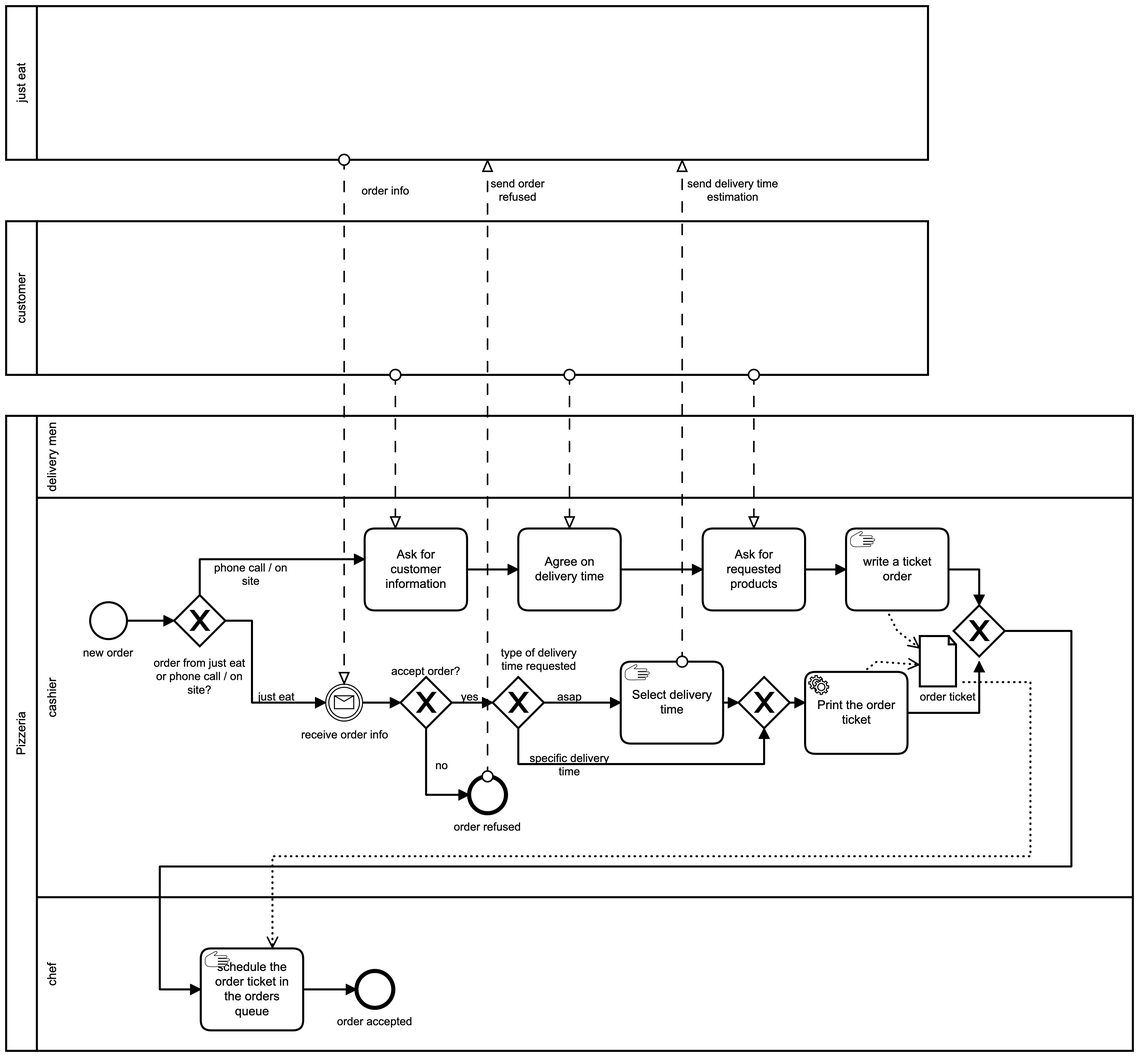
Above: images/BPMN_ASIS_GetNewOrder.png in MattiaRiola/is-pizzeria-project (BPMN), before the change. Its source is kept beside it as camunda_files/BPMN_ASIS_GetNewOrder.bpmn. Ids are renumbered.
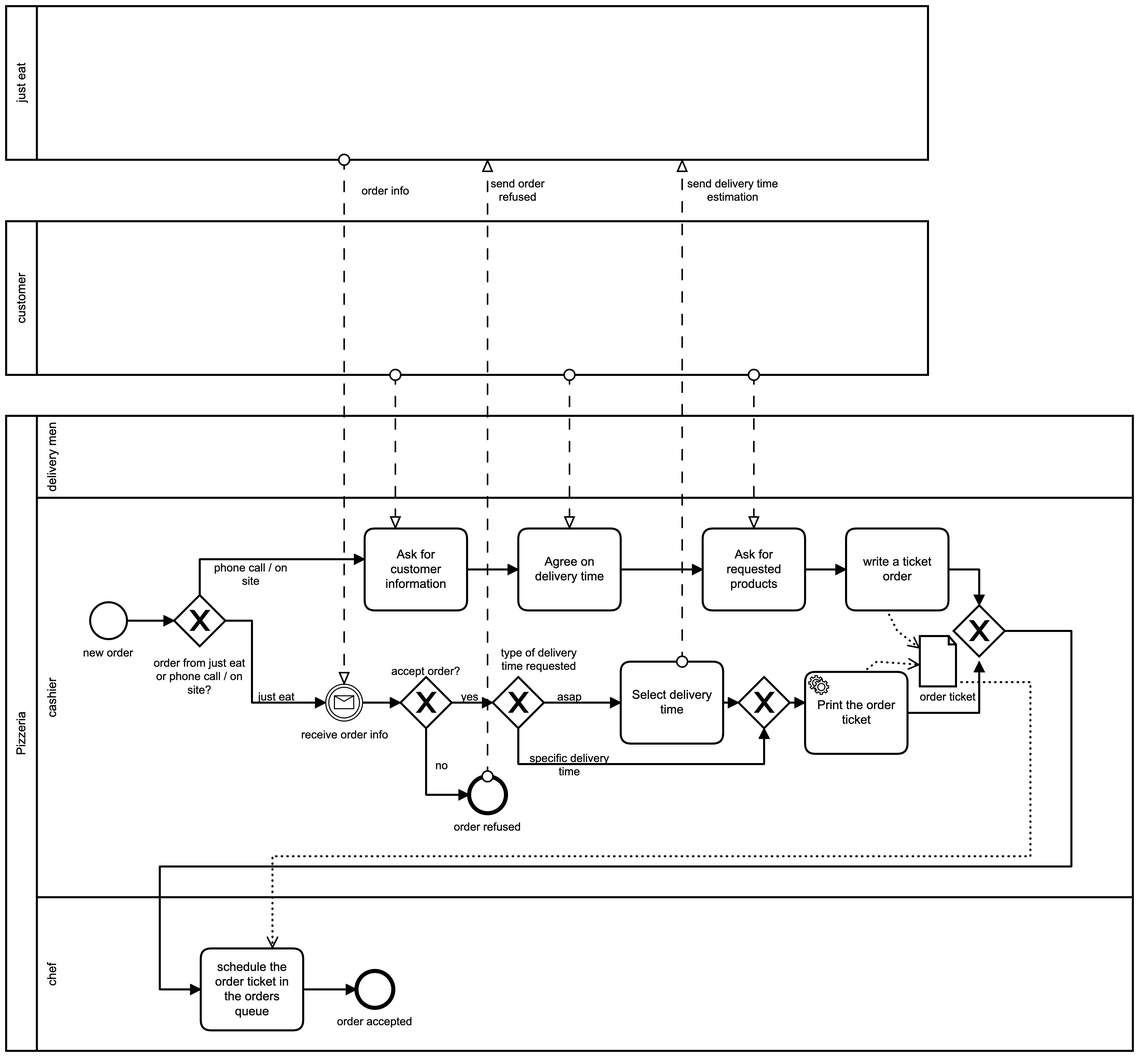
The same diagram one commit later.

Commit message:
docs: asis fix bpmn

Diff of the diagram source:
```diff
@@ -18,7 +18,6 @@
         <bpmn:flowNodeRef>Gateway_n25</bpmn:flowNodeRef>
         <bpmn:flowNodeRef>Gateway_n26</bpmn:flowNodeRef>
         <bpmn:flowNodeRef>Activity_n10</bpmn:flowNodeRef>
-        <bpmn:flowNodeRef>Activity_n27</bpmn:flowNodeRef>
         <bpmn:flowNodeRef>Activity_n12</bpmn:flowNodeRef>
         <bpmn:flowNodeRef>Activity_n16</bpmn:flowNodeRef>
         <bpmn:flowNodeRef>Event_n14</bpmn:flowNodeRef>
@@ -28,10 +27,11 @@
         <bpmn:flowNodeRef>Activity_n30</bpmn:flowNodeRef>
         <bpmn:flowNodeRef>Gateway_n31</bpmn:flowNodeRef>
         <bpmn:flowNodeRef>Activity_n18</bpmn:flowNodeRef>
+        <bpmn:flowNodeRef>Activity_n27</bpmn:flowNodeRef>
       </bpmn:lane>
       <bpmn:lane id="Lane_n32" name="chef">
+        <bpmn:flowNodeRef>Event_n34</bpmn:flowNodeRef>
         <bpmn:flowNodeRef>Activity_n33</bpmn:flowNodeRef>
-        <bpmn:flowNodeRef>Event_n34</bpmn:flowNodeRef>
       </bpmn:lane>
     </bpmn:laneSet>
     <bpmn:startEvent id="Event_n24" name="new order">
@@ -42,15 +42,6 @@
       <bpmn:outgoing>Flow_n36</bpmn:outgoing>
       <bpmn:outgoing>Flow_n37</bpmn:outgoing>
     </bpmn:exclusiveGateway>
-    <bpmn:manualTask id="Activity_n33" name="schedule the order ticket in the orders queue">
-      <bpmn:incoming>Flow_n38</bpmn:incoming>
-      <bpmn:outgoing>Flow_n39</bpmn:outgoing>
-      <bpmn:property id="Property_n40" name="__targetRef_placeholder" />
-      <bpmn:dataInputAssociation id="DataInputAssociation_n41">
-        <bpmn:sourceRef>DataObjectReference_n42</bpmn:sourceRef>
-        <bpmn:targetRef>Property_n40</bpmn:targetRef>
-      </bpmn:dataInputAssociation>
-    </bpmn:manualTask>
     <bpmn:endEvent id="Event_n34" name="order accepted">
       <bpmn:incoming>Flow_n39</bpmn:incoming>
     </bpmn:endEvent>
@@ -63,13 +54,6 @@
       <bpmn:incoming>Flow_n36</bpmn:incoming>
       <bpmn:outgoing>Flow_n45</bpmn:outgoing>
     </bpmn:task>
-    <bpmn:manualTask id="Activity_n27" name="write a ticket order">
-      <bpmn:incoming>Flow_n46</bpmn:incoming>
-      <bpmn:outgoing>Flow_n44</bpmn:outgoing>
-      <bpmn:dataOutputAssociation id="DataOutputAssociation_n47">
-        <bpmn:targetRef>DataObjectReference_n42</bpmn:targetRef>
-      </bpmn:dataOutputAssociation>
-    </bpmn:manualTask>
     <bpmn:task id="Activity_n12" name="Ask for requested products">
       <bpmn:incoming>Flow_n48</bpmn:incoming>
       <bpmn:outgoing>Flow_n46</bpmn:outgoing>
@@ -110,10 +94,6 @@
       <bpmn:incoming>Flow_n54</bpmn:incoming>
       <bpmn:outgoing>Flow_n56</bpmn:outgoing>
     </bpmn:exclusiveGateway>
-    <bpmn:manualTask id="Activity_n18" name="Select delivery time">
-      <bpmn:incoming>Flow_n53</bpmn:incoming>
-      <bpmn:outgoing>Flow_n58</bpmn:outgoing>
-    </bpmn:manualTask>
     <bpmn:sequenceFlow id="Flow_n35" sourceRef="Event_n24" targetRef="Gateway_n25" />
     <bpmn:sequenceFlow id="Flow_n36" name="phone call / on site" sourceRef="Gateway_n25" targetRef="Activity_n10" />
     <bpmn:sequenceFlow id="Flow_n37" name="just eat" sourceRef="Gateway_n25" targetRef="Event_n14" />
@@ -131,6 +111,26 @@
     <bpmn:sequenceFlow id="Flow_n54" name="specific delivery time" sourceRef="Gateway_n29" targetRef="Gateway_n31" />
     <bpmn:sequenceFlow id="Flow_n58" sourceRef="Activity_n18" targetRef="Gateway_n31" />
     <bpmn:sequenceFlow id="Flow_n56" sourceRef="Gateway_n31" targetRef="Activity_n30" />
+    <bpmn:task id="Activity_n18" name="Select delivery time">
+      <bpmn:incoming>Flow_n53</bpmn:incoming>
+      <bpmn:outgoing>Flow_n58</bpmn:outgoing>
+    </bpmn:task>
+    <bpmn:task id="Activity_n27" name="write a ticket order">
+      <bpmn:incoming>Flow_n46</bpmn:incoming>
+      <bpmn:outgoing>Flow_n44</bpmn:outgoing>
+      <bpmn:dataOutputAssociation id="DataOutputAssociation_n47">
+        <bpmn:targetRef>DataObjectReference_n42</bpmn:targetRef>
+      </bpmn:dataOutputAssociation>
+    </bpmn:task>
+    <bpmn:task id="Activity_n33" name="schedule the order ticket in the orders queue">
+      <bpmn:incoming>Flow_n38</bpmn:incoming>
+      <bpmn:outgoing>Flow_n39</bpmn:outgoing>
+      <bpmn:property id="Property_n59" name="__targetRef_placeholder" />
+      <bpmn:dataInputAssociation id="DataInputAssociation_n41">
+        <bpmn:sourceRef>DataObjectReference_n42</bpmn:sourceRef>
+        <bpmn:targetRef>Property_n59</bpmn:targetRef>
+      </bpmn:dataInputAssociation>
+    </bpmn:task>
   </bpmn:process>
   <bpmn:process id="Process_n6" isExecutable="false" />
   <bpmn:process id="Process_n8" isExecutable="false" />
@@ -139,26 +139,91 @@
       <bpmndi:BPMNShape id="Participant_n3_di" bpmnElement="Participant_n3" isHorizontal="true">
         <dc:Bounds x="160" y="480" width="1100" height="620" />
       </bpmndi:BPMNShape>
-      <bpmndi:BPMNShape id="Lane_n22_di" bpmnElement="Lane_n22" isHorizontal="true">
-        <dc:Bounds x="190" y="480" width="1070" height="80" />
+      <bpmndi:BPMNShape id="Lane_n32_di" bpmnElement="Lane_n32" isHorizontal="true">
+        <dc:Bounds x="190" y="950" width="1070" height="150" />
       </bpmndi:BPMNShape>
       <bpmndi:BPMNShape id="Lane_n23_di" bpmnElement="Lane_n23" isHorizontal="true">
         <dc:Bounds x="190" y="560" width="1070" height="390" />
       </bpmndi:BPMNShape>
-      <bpmndi:BPMNShape id="Lane_n32_di" bpmnElement="Lane_n32" isHorizontal="true">
-        <dc:Bounds x="190" y="950" width="1070" height="150" />
+      <bpmndi:BPMNShape id="Lane_n22_di" bpmnElement="Lane_n22" isHorizontal="true">
+        <dc:Bounds x="190" y="480" width="1070" height="80" />
       </bpmndi:BPMNShape>
-      <bpmndi:BPMNEdge id="Flow_n35_di" bpmnElement="Flow_n35">
-        <di:waypoint x="278" y="680" />
-        <di:waypoint x="324" y="680" />
+      <bpmndi:BPMNEdge id="Flow_n56_di" bpmnElement="Flow_n56">
+        <di:waypoint x="925" y="760" />
+        <di:waypoint x="940" y="760" />
       </bpmndi:BPMNEdge>
-      <bpmndi:BPMNEdge id="Flow_n36_di" bpmnElement="Flow_n36">
-        <di:waypoint x="349" y="655" />
-        <di:waypoint x="349" y="620" />
-        <di:waypoint x="510" y="620" />
+      <bpmndi:BPMNEdge id="Flow_n58_di" bpmnElement="Flow_n58">
+        <di:waypoint x="860" y="760" />
+        <di:waypoint x="875" y="760" />
+      </bpmndi:BPMNEdge>
+      <bpmndi:BPMNEdge id="Flow_n54_di" bpmnElement="Flow_n54">
+        <di:waypoint x="660" y="785" />
+        <di:waypoint x="660" y="820" />
+        <di:waypoint x="900" y="820" />
+        <di:waypoint x="900" y="785" />
         <bpmndi:BPMNLabel>
-          <dc:Bounds x="363" y="622" width="72" height="27" />
+          <dc:Bounds x="671" y="808" width="78" height="27" />
         </bpmndi:BPMNLabel>
+      </bpmndi:BPMNEdge>
+      <bpmndi:BPMNEdge id="Flow_n53_di" bpmnElement="Flow_n53">
+        <di:waypoint x="685" y="760" />
+        <di:waypoint x="760" y="760" />
+        <bpmndi:BPMNLabel>
+          <dc:Bounds x="698" y="748" width="24" height="14" />
+        </bpmndi:BPMNLabel>
+      </bpmndi:BPMNEdge>
+      <bpmndi:BPMNEdge id="Flow_n52_di" bpmnElement="Flow_n52">
+        <di:waypoint x="570" y="785" />
+        <di:waypoint x="570" y="850" />
+        <di:waypoint x="612" y="850" />
+        <bpmndi:BPMNLabel>
+          <dc:Bounds x="579" y="815" width="13" height="14" />
+        </bpmndi:BPMNLabel>
+      </bpmndi:BPMNEdge>
+      <bpmndi:BPMNEdge id="Flow_n51_di" bpmnElement="Flow_n51">
+        <di:waypoint x="595" y="760" />
+        <di:waypoint x="635" y="760" />
+        <bpmndi:BPMNLabel>
+          <dc:Bounds x="604" y="748" width="18" height="14" />
+        </bpmndi:BPMNLabel>
+      </bpmndi:BPMNEdge>
+      <bpmndi:BPMNEdge id="Flow_n49_di" bpmnElement="Flow_n49">
+        <di:waypoint x="508" y="760" />
+        <di:waypoint x="545" y="760" />
+      </bpmndi:BPMNEdge>
+      <bpmndi:BPMNEdge id="Flow_n48_di" bpmnElement="Flow_n48">
+        <di:waypoint x="760" y="630" />
+        <di:waypoint x="840" y="630" />
+      </bpmndi:BPMNEdge>
+      <bpmndi:BPMNEdge id="Flow_n44_di" bpmnElement="Flow_n44">
+        <di:waypoint x="1080" y="630" />
+        <di:waypoint x="1110" y="630" />
+        <di:waypoint x="1110" y="665" />
+      </bpmndi:BPMNEdge>
+      <bpmndi:BPMNEdge id="Flow_n43_di" bpmnElement="Flow_n43">
+        <di:waypoint x="1040" y="770" />
+        <di:waypoint x="1110" y="770" />
+        <di:waypoint x="1110" y="720" />
+      </bpmndi:BPMNEdge>
+      <bpmndi:BPMNEdge id="Flow_n46_di" bpmnElement="Flow_n46">
+        <di:waypoint x="940" y="630" />
+        <di:waypoint x="980" y="630" />
+      </bpmndi:BPMNEdge>
+      <bpmndi:BPMNEdge id="Flow_n45_di" bpmnElement="Flow_n45">
+        <di:waypoint x="610" y="630" />
+        <di:waypoint x="660" y="630" />
+      </bpmndi:BPMNEdge>
+      <bpmndi:BPMNEdge id="Flow_n39_di" bpmnElement="Flow_n39">
+        <di:waypoint x="450" y="1040" />
+        <di:waypoint x="502" y="1040" />
+      </bpmndi:BPMNEdge>
+      <bpmndi:BPMNEdge id="Flow_n38_di" bpmnElement="Flow_n38">
+        <di:waypoint x="1135" y="690" />
+        <di:waypoint x="1200" y="690" />
+        <di:waypoint x="1200" y="920" />
+        <di:waypoint x="310" y="920" />
+        <di:waypoint x="310" y="1040" />
+        <di:waypoint x="350" y="1040" />
       </bpmndi:BPMNEdge>
       <bpmndi:BPMNEdge id="Flow_n37_di" bpmnElement="Flow_n37">
         <di:waypoint x="374" y="680" />
@@ -169,82 +234,17 @@
           <dc:Bounds x="406" y="748" width="35" height="14" />
         </bpmndi:BPMNLabel>
       </bpmndi:BPMNEdge>
-      <bpmndi:BPMNEdge id="Flow_n38_di" bpmnElement="Flow_n38">
-        <di:waypoint x="1135" y="690" />
-        <di:waypoint x="1200" y="690" />
-        <di:waypoint x="1200" y="920" />
-        <di:waypoint x="310" y="920" />
-        <di:waypoint x="310" y="1040" />
-        <di:waypoint x="350" y="1040" />
-      </bpmndi:BPMNEdge>
-      <bpmndi:BPMNEdge id="Flow_n39_di" bpmnElement="Flow_n39">
-        <di:waypoint x="450" y="1040" />
-        <di:waypoint x="502" y="1040" />
-      </bpmndi:BPMNEdge>
-      <bpmndi:BPMNEdge id="Flow_n45_di" bpmnElement="Flow_n45">
-        <di:waypoint x="610" y="630" />
-        <di:waypoint x="660" y="630" />
-      </bpmndi:BPMNEdge>
-      <bpmndi:BPMNEdge id="Flow_n46_di" bpmnElement="Flow_n46">
-        <di:waypoint x="940" y="630" />
-        <di:waypoint x="980" y="630" />
-      </bpmndi:BPMNEdge>
-      <bpmndi:BPMNEdge id="Flow_n43_di" bpmnElement="Flow_n43">
-        <di:waypoint x="1040" y="770" />
-        <di:waypoint x="1110" y="770" />
-        <di:waypoint x="1110" y="720" />
-      </bpmndi:BPMNEdge>
-      <bpmndi:BPMNEdge id="Flow_n44_di" bpmnElement="Flow_n44">
-        <di:waypoint x="1080" y="630" />
-        <di:waypoint x="1110" y="630" />
-        <di:waypoint x="1110" y="665" />
-      </bpmndi:BPMNEdge>
-      <bpmndi:BPMNEdge id="Flow_n48_di" bpmnElement="Flow_n48">
-        <di:waypoint x="760" y="630" />
-        <di:waypoint x="840" y="630" />
-      </bpmndi:BPMNEdge>
-      <bpmndi:BPMNEdge id="Flow_n49_di" bpmnElement="Flow_n49">
-        <di:waypoint x="508" y="760" />
-        <di:waypoint x="545" y="760" />
-      </bpmndi:BPMNEdge>
-      <bpmndi:BPMNEdge id="Flow_n51_di" bpmnElement="Flow_n51">
-        <di:waypoint x="595" y="760" />
-        <di:waypoint x="635" y="760" />
+      <bpmndi:BPMNEdge id="Flow_n36_di" bpmnElement="Flow_n36">
+        <di:waypoint x="349" y="655" />
+        <di:waypoint x="349" y="620" />
+        <di:waypoint x="510" y="620" />
         <bpmndi:BPMNLabel>
-          <dc:Bounds x="604" y="748" width="18" height="14" />
+          <dc:Bounds x="363" y="622" width="72" height="27" />
         </bpmndi:BPMNLabel>
       </bpmndi:BPMNEdge>
-      <bpmndi:BPMNEdge id="Flow_n52_di" bpmnElement="Flow_n52">
-        <di:waypoint x="570" y="785" />
-        <di:waypoint x="570" y="850" />
-        <di:waypoint x="612" y="850" />
-        <bpmndi:BPMNLabel>
-          <dc:Bounds x="579" y="815" width="13" height="14" />
-        </bpmndi:BPMNLabel>
-      </bpmndi:BPMNEdge>
-      <bpmndi:BPMNEdge id="Flow_n53_di" bpmnElement="Flow_n53">
-        <di:waypoint x="685" y="760" />
-        <di:waypoint x="760" y="760" />
-        <bpmndi:BPMNLabel>
-          <dc:Bounds x="698" y="748" width="24" height="14" />
-        </bpmndi:BPMNLabel>
-      </bpmndi:BPMNEdge>
-      <bpmndi:BPMNEdge id="Flow_n54_di" bpmnElement="Flow_n54">
-        <di:waypoint x="660" y="785" />
-        <di:waypoint x="660" y="820" />
-        <di:waypoint x="900" y="820" />
-        <di:waypoint x="900" y="785" />
-        <bpmndi:BPMNLabel>
-          <dc:Bounds x="671" y="808" width="78" height="27" />
-        </bpmndi:BPMNLabel>
-      </bpmndi:BPMNEdge>
-      <bpmndi:BPMNEdge id="Flow_n58_di" bpmnElement="Flow_n58">
-        <di:waypoint x="860" y="760" />
-        <di:waypoint x="875" y="760" />
-      </bpmndi:BPMNEdge>
-      <bpmndi:BPMNEdge id="Flow_n56_di" bpmnElement="Flow_n56">
-        <di:waypoint x="925" y="760" />
-        <di:waypoint x="940" y="760" />
+      <bpmndi:BPMNEdge id="Flow_n35_di" bpmnElement="Flow_n35">
+        <di:waypoint x="278" y="680" />
+        <di:waypoint x="324" y="680" />
       </bpmndi:BPMNEdge>
       <bpmndi:BPMNShape id="Event_n24_di" bpmnElement="Event_n24">
         <dc:Bounds x="242" y="662" width="36" height="36" />
@@ -258,9 +258,6 @@
           <dc:Bounds x="304" y="715" width="90" height="40" />
         </bpmndi:BPMNLabel>
       </bpmndi:BPMNShape>
-      <bpmndi:BPMNShape id="Activity_0xmz1nq_di" bpmnElement="Activity_n33">
-        <dc:Bounds x="350" y="1000" width="100" height="80" />
-      </bpmndi:BPMNShape>
       <bpmndi:BPMNShape id="Event_n34_di" bpmnElement="Event_n34">
         <dc:Bounds x="502" y="1022" width="36" height="36" />
         <bpmndi:BPMNLabel>
@@ -272,9 +269,6 @@
       </bpmndi:BPMNShape>
       <bpmndi:BPMNShape id="Activity_n10_di" bpmnElement="Activity_n10">
         <dc:Bounds x="510" y="590" width="100" height="80" />
-      </bpmndi:BPMNShape>
-      <bpmndi:BPMNShape id="Activity_09sbftz_di" bpmnElement="Activity_n27">
-        <dc:Bounds x="980" y="590" width="100" height="80" />
       </bpmndi:BPMNShape>
       <bpmndi:BPMNShape id="Activity_0b585jx_di" bpmnElement="Activity_n12">
         <dc:Bounds x="840" y="590" width="100" height="80" />
@@ -318,8 +312,14 @@
       <bpmndi:BPMNShape id="Gateway_n31_di" bpmnElement="Gateway_n31" isMarkerVisible="true">
         <dc:Bounds x="875" y="735" width="50" height="50" />
       </bpmndi:BPMNShape>
-      <bpmndi:BPMNShape id="Activity_0lyi8vf_di" bpmnElement="Activity_n18">
+      <bpmndi:BPMNShape id="Activity_0j4sd5u_di" bpmnElement="Activity_n18">
         <dc:Bounds x="760" y="720" width="100" height="80" />
+      </bpmndi:BPMNShape>
+      <bpmndi:BPMNShape id="Activity_0qztowl_di" bpmnElement="Activity_n27">
+        <dc:Bounds x="980" y="590" width="100" height="80" />
+      </bpmndi:BPMNShape>
+      <bpmndi:BPMNShape id="Activity_0po0lj9_di" bpmnElement="Activity_n33">
+        <dc:Bounds x="350" y="1000" width="100" height="80" />
       </bpmndi:BPMNShape>
       <bpmndi:BPMNShape id="Participant_n5_di" bpmnElement="Participant_n5" isHorizontal="true">
         <dc:Bounds x="160" y="290" width="900" height="150" />
@@ -328,28 +328,29 @@
         <dc:Bounds x="160" y="80" width="900" height="150" />
       </bpmndi:BPMNShape>
       <bpmndi:BPMNEdge id="DataInputAssociation_n41_di" bpmnElement="DataInputAssociation_n41">
-        <di:waypoint x="1090" y="740" />
+        <di:waypoint x="1088" y="740" />
         <di:waypoint x="1160" y="740" />
         <di:waypoint x="1160" y="910" />
         <di:waypoint x="420" y="910" />
         <di:waypoint x="420" y="1000" />
-      </bpmndi:BPMNEdge>
-      <bpmndi:BPMNEdge id="Flow_n9_di" bpmnElement="Flow_n9">
-        <di:waypoint x="540" y="440" />
-        <di:waypoint x="540" y="590" />
       </bpmndi:BPMNEdge>
       <bpmndi:BPMNEdge id="DataOutputAssociation_n47_di" bpmnElement="DataOutputAssociation_n47">
         <di:waypoint x="1020" y="670" />
         <di:waypoint x="1030" y="690" />
         <di:waypoint x="1052" y="707" />
       </bpmndi:BPMNEdge>
+      <bpmndi:BPMNEdge id="DataOutputAssociation_n57_di" bpmnElement="DataOutputAssociation_n57">
+        <di:waypoint x="997" y="730" />
+        <di:waypoint x="1010" y="720" />
+        <di:waypoint x="1052" y="723" />
+      </bpmndi:BPMNEdge>
+      <bpmndi:BPMNEdge id="Flow_n9_di" bpmnElement="Flow_n9">
+        <di:waypoint x="540" y="440" />
+        <di:waypoint x="540" y="590" />
+      </bpmndi:BPMNEdge>
       <bpmndi:BPMNEdge id="Flow_n11_di" bpmnElement="Flow_n11">
         <di:waypoint x="890" y="440" />
         <di:waypoint x="890" y="590" />
-      </bpmndi:BPMNEdge>
-      <bpmndi:BPMNEdge id="Flow_n15_di" bpmnElement="Flow_n15">
-        <di:waypoint x="710" y="440" />
-        <di:waypoint x="710" y="590" />
       </bpmndi:BPMNEdge>
       <bpmndi:BPMNEdge id="Flow_n13_di" bpmnElement="Flow_n13">
         <di:waypoint x="490" y="230" />
@@ -358,10 +359,16 @@
           <dc:Bounds x="507" y="254" width="47" height="14" />
         </bpmndi:BPMNLabel>
       </bpmndi:BPMNEdge>
-      <bpmndi:BPMNEdge id="DataOutputAssociation_n57_di" bpmnElement="DataOutputAssociation_n57">
-        <di:waypoint x="997" y="730" />
-        <di:waypoint x="1010" y="720" />
-        <di:waypoint x="1052" y="723" />
+      <bpmndi:BPMNEdge id="Flow_n15_di" bpmnElement="Flow_n15">
+        <di:waypoint x="710" y="440" />
+        <di:waypoint x="710" y="590" />
+      </bpmndi:BPMNEdge>
+      <bpmndi:BPMNEdge id="Flow_n17_di" bpmnElement="Flow_n17">
+        <di:waypoint x="820" y="720" />
+        <di:waypoint x="820" y="230" />
+        <bpmndi:BPMNLabel>
+          <dc:Bounds x="825" y="247" width="89" height="27" />
+        </bpmndi:BPMNLabel>
       </bpmndi:BPMNEdge>
       <bpmndi:BPMNEdge id="Flow_n19_di" bpmnElement="Flow_n19">
         <di:waypoint x="630" y="832" />
@@ -370,13 +377,6 @@
           <dc:Bounds x="633" y="247" width="53" height="27" />
         </bpmndi:BPMNLabel>
       </bpmndi:BPMNEdge>
-      <bpmndi:BPMNEdge id="Flow_n17_di" bpmnElement="Flow_n17">
-        <di:waypoint x="820" y="720" />
-        <di:waypoint x="820" y="230" />
-        <bpmndi:BPMNLabel>
-          <dc:Bounds x="825" y="247" width="89" height="27" />
-        </bpmndi:BPMNLabel>
-      </bpmndi:BPMNEdge>
     </bpmndi:BPMNPlane>
   </bpmndi:BPMNDiagram>
 </bpmn:definitions>
```
